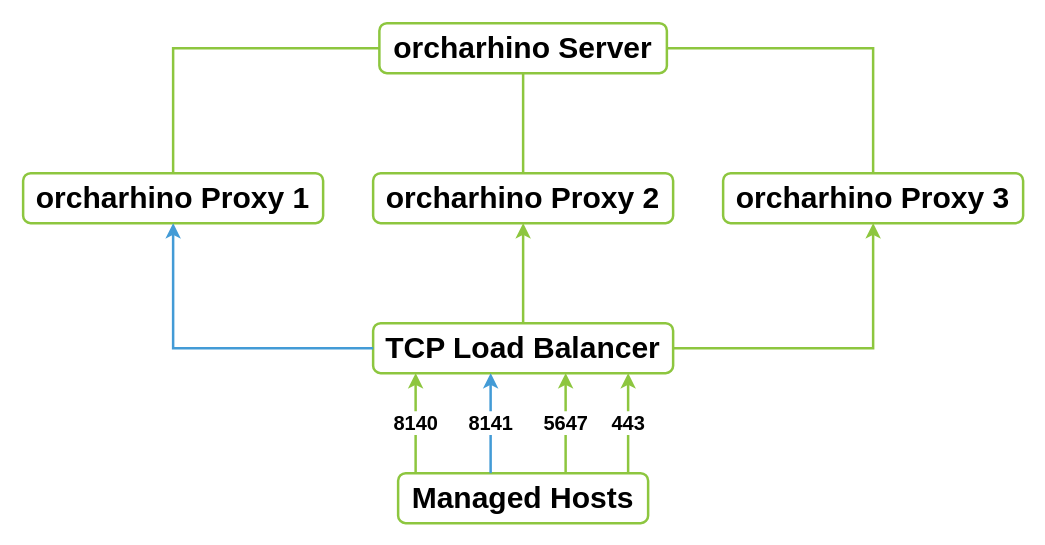
This is guides/image-sources/load-balancing-architecture.drawio from theforeman/foreman-documentation, a draw.io file, before an edit. Source tidied: cells renumbered, new cells numbered last; positions are measured from the earlier drawing's top-left corner, leaving out a move shared by most shapes. Both pictures are drawn from the tidied source at 125%, with x=0, y=0 at pixel (22, 22).
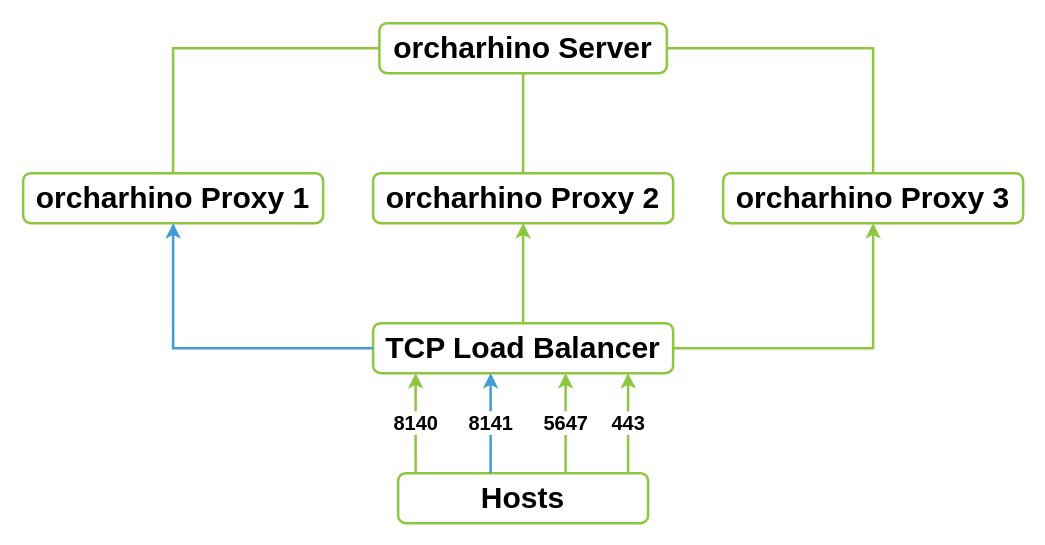
The same page after the edit.

Change to the diagram source:
```diff
@@
-    <mxCell id="10" value="Managed Hosts" style="rounded=1;whiteSpace=wrap;html=1;strokeWidth=2;strokeColor=#8dc63f;fontSize=24;fontStyle=1;fontColor=#000000;" parent="1" vertex="1">
+    <mxCell id="10" value="Hosts" style="rounded=1;whiteSpace=wrap;html=1;strokeWidth=2;strokeColor=#8dc63f;fontSize=24;fontStyle=1;fontColor=#000000;" parent="1" vertex="1">
       <mxGeometry x="300" y="360" width="200" height="40" as="geometry" />
     </mxCell>
```
